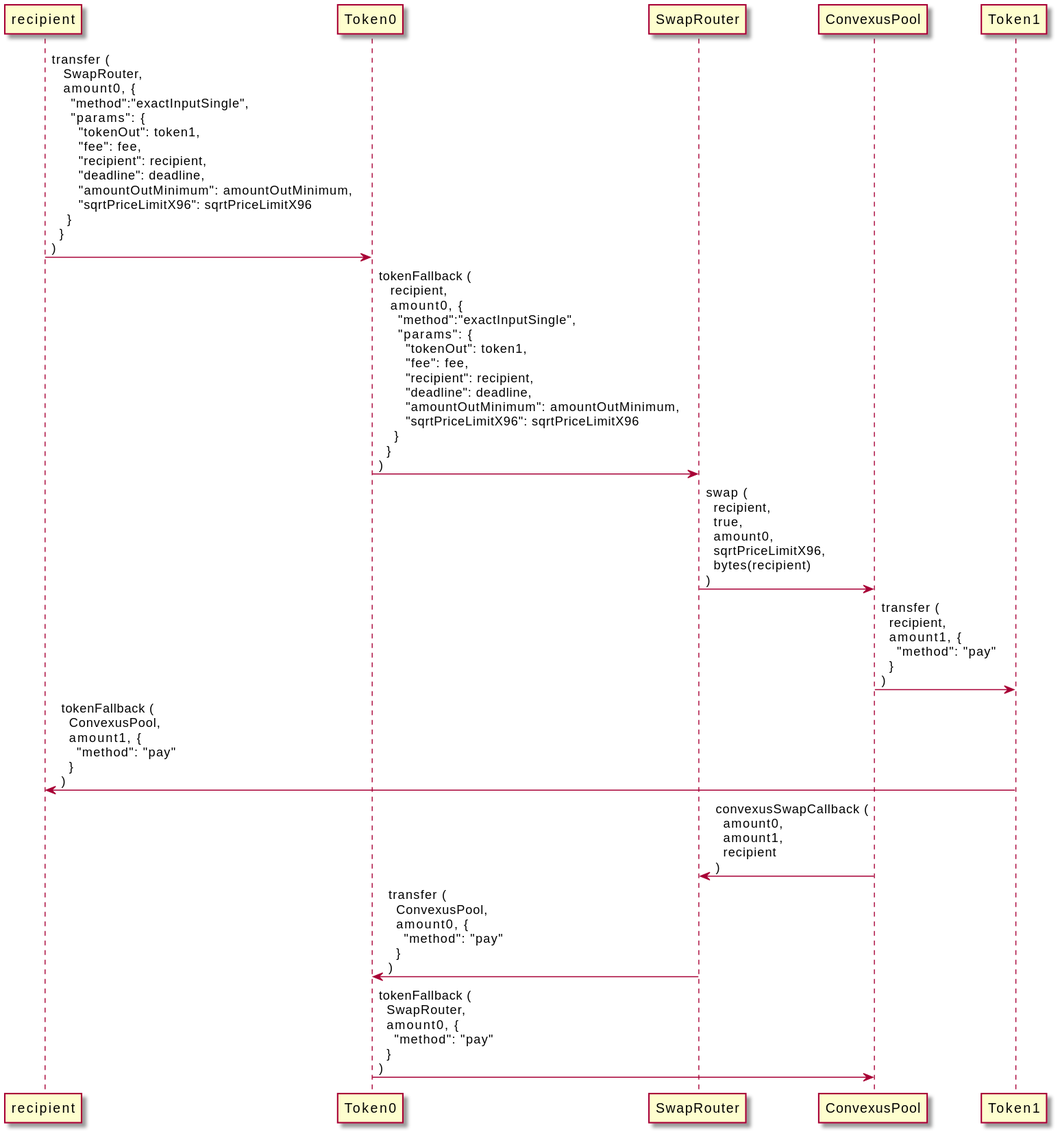
The PlantUML diagram Convexus-Periphery/Contracts/SwapRouter/docs/uml/exactInputSingle.svg in Convexus-Protocol/AMM-SCORE, before a commit.
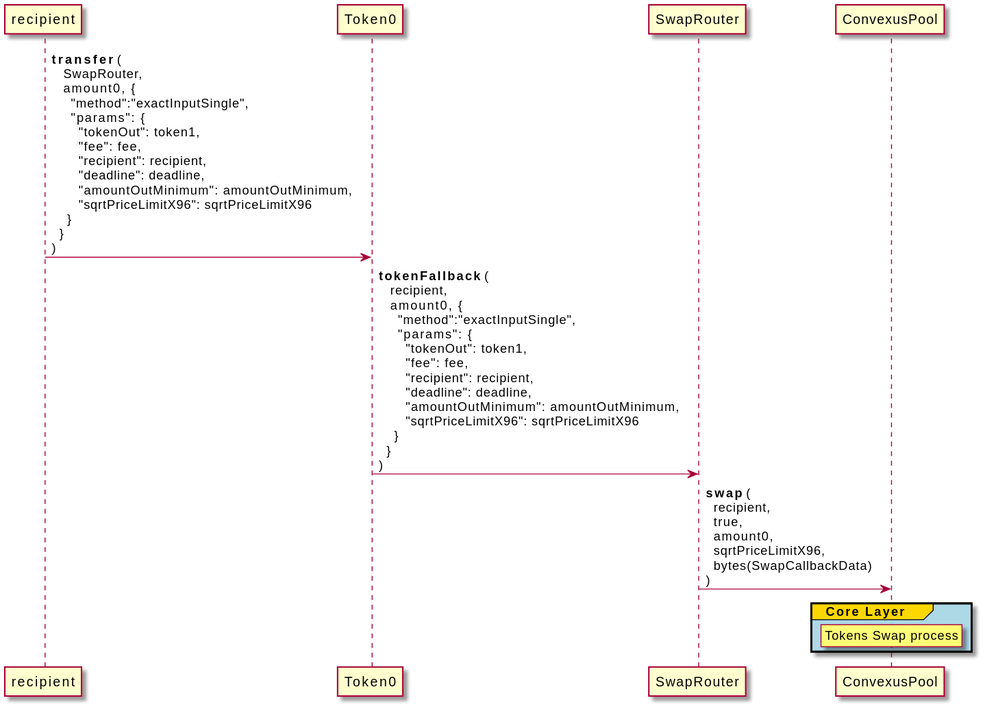
After the change.

Diff of the diagram source:
```diff
@@ -1,17 +1,13 @@
 @startuml
-recipient -> Token0 : transfer ( \n   SwapRouter, \n   amount0, { \n     "method":"exactInputSingle", \n     "params": {\n       "tokenOut": token1, \n       "fee": fee, \n       "recipient": recipient, \n       "deadline": deadline, \n       "amountOutMinimum": amountOutMinimum, \n       "sqrtPriceLimitX96": sqrtPriceLimitX96 \n    } \n  } \n)
+recipient -> Token0 : **transfer** ( \n   SwapRouter, \n   amount0, { \n     "method":"exactInputSingle", \n     "params": {\n       "tokenOut": token1, \n       "fee": fee, \n       "recipient": recipient, \n       "deadline": deadline, \n       "amountOutMinimum": amountOutMinimum, \n       "sqrtPriceLimitX96": sqrtPriceLimitX96 \n    } \n  } \n)
 
-Token0 -> SwapRouter : tokenFallback ( \n   recipient, \n   amount0, { \n     "method":"exactInputSingle", \n     "params": {\n       "tokenOut": token1, \n       "fee": fee, \n       "recipient": recipient, \n       "deadline": deadline, \n       "amountOutMinimum": amountOutMinimum, \n       "sqrtPriceLimitX96": sqrtPriceLimitX96 \n    } \n  } \n)
+Token0 -> SwapRouter : **tokenFallback** ( \n   recipient, \n   amount0, { \n     "method":"exactInputSingle", \n     "params": {\n       "tokenOut": token1, \n       "fee": fee, \n       "recipient": recipient, \n       "deadline": deadline, \n       "amountOutMinimum": amountOutMinimum, \n       "sqrtPriceLimitX96": sqrtPriceLimitX96 \n    } \n  } \n)
 
-SwapRouter -> ConvexusPool : swap ( \n  recipient, \n  true, \n  amount0, \n  sqrtPriceLimitX96, \n  bytes(recipient) \n)
+SwapRouter -> ConvexusPool : **swap** ( \n  recipient, \n  true, \n  amount0, \n  sqrtPriceLimitX96, \n  bytes(SwapCallbackData) \n)
 
-ConvexusPool -> Token1 : transfer ( \n  recipient, \n  amount1, { \n    "method": "pay" \n  } \n)
-
-Token1 -> recipient : tokenFallback ( \n  ConvexusPool, \n  amount1, { \n    "method": "pay" \n  } \n)
-
-ConvexusPool -> SwapRouter : convexusSwapCallback (\n  amount0, \n  amount1, \n  recipient \n)
-
-SwapRouter -> Token0 : transfer ( \n  ConvexusPool, \n  amount0, { \n    "method": "pay" \n  } \n)
-
-Token0 -> ConvexusPool : tokenFallback ( \n  SwapRouter, \n  amount0, { \n    "method": "pay" \n  } \n)
+group#Gold #LightBlue Core Layer
+  rnote over ConvexusPool
+    Tokens Swap process
+  endrnote
+end
 @enduml
```
